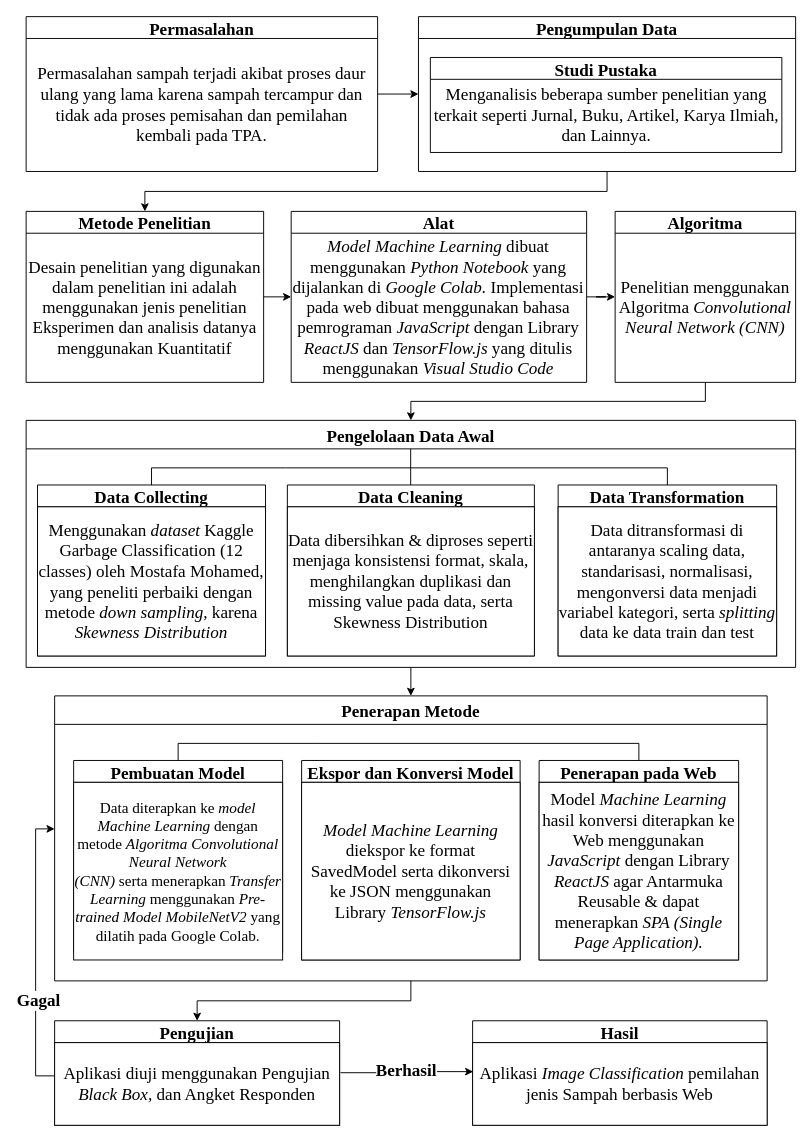
virgiawankusuma/drawio-archive-skripsi keeps this draw.io diagram as Copy of Copy of Copy of Copy of Copy of Copy of mindmap.drawio. Above is the earlier version. Source tidied: cells renumbered, new cells numbered last; positions are measured from the earlier drawing's top-left corner, leaving out a move shared by most shapes. Both pictures are drawn from the tidied source at 95%, with x=0, y=0 at pixel (26, 16).
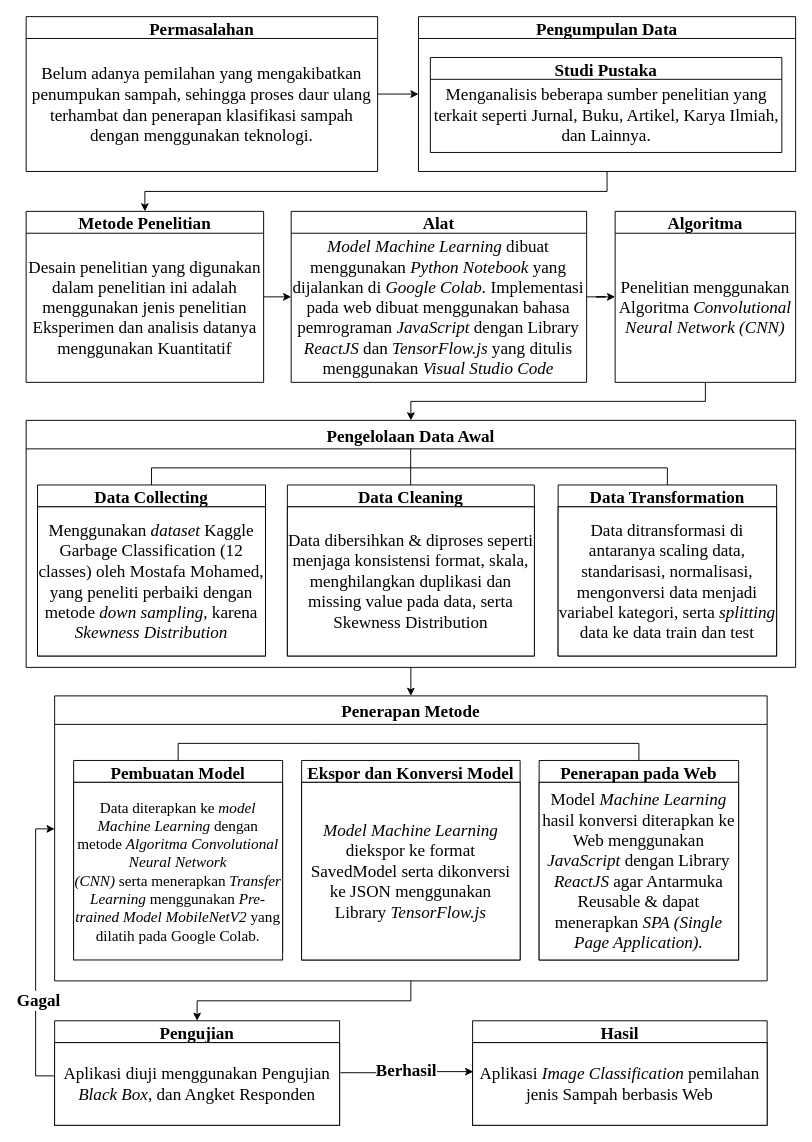
The same page after the edit.

The change refers to these unchanged cells:
```xml
<mxCell id="29" value="Permasalahan" style="swimlane;fontFamily=Times New Roman;fontSize=18;" parent="1" vertex="1">
  <mxGeometry width="370" height="163" as="geometry" />
</mxCell>
```

Diff of the diagram source:
```diff
@@
-    <mxCell id="30" value="Permasalahan sampah terjadi akibat proses daur ulang yang lama karena sampah tercampur dan tidak ada proses pemisahan dan pemilahan kembali pada TPA." style="text;whiteSpace=wrap;html=1;fontSize=18;fontFamily=Times New Roman;align=center;verticalAlign=middle;" parent="29" vertex="1">
+    <mxCell id="30" value="&lt;font style=&quot;font-size: 18px;&quot;&gt;Belum adanya pemilahan yang mengakibatkan penumpukan sampah, sehingga proses daur ulang terhambat dan penerapan&amp;nbsp;&lt;span style=&quot;font-family: &amp;quot;Times New Roman&amp;quot;, serif;&quot;&gt;klasifikasi sampah dengan menggunakan teknologi.&lt;/span&gt;&lt;/font&gt;" style="text;whiteSpace=wrap;html=1;fontSize=18;fontFamily=Times New Roman;align=center;verticalAlign=middle;" parent="29" vertex="1">
       <mxGeometry y="23" width="370" height="140" as="geometry" />
     </mxCell>
```
